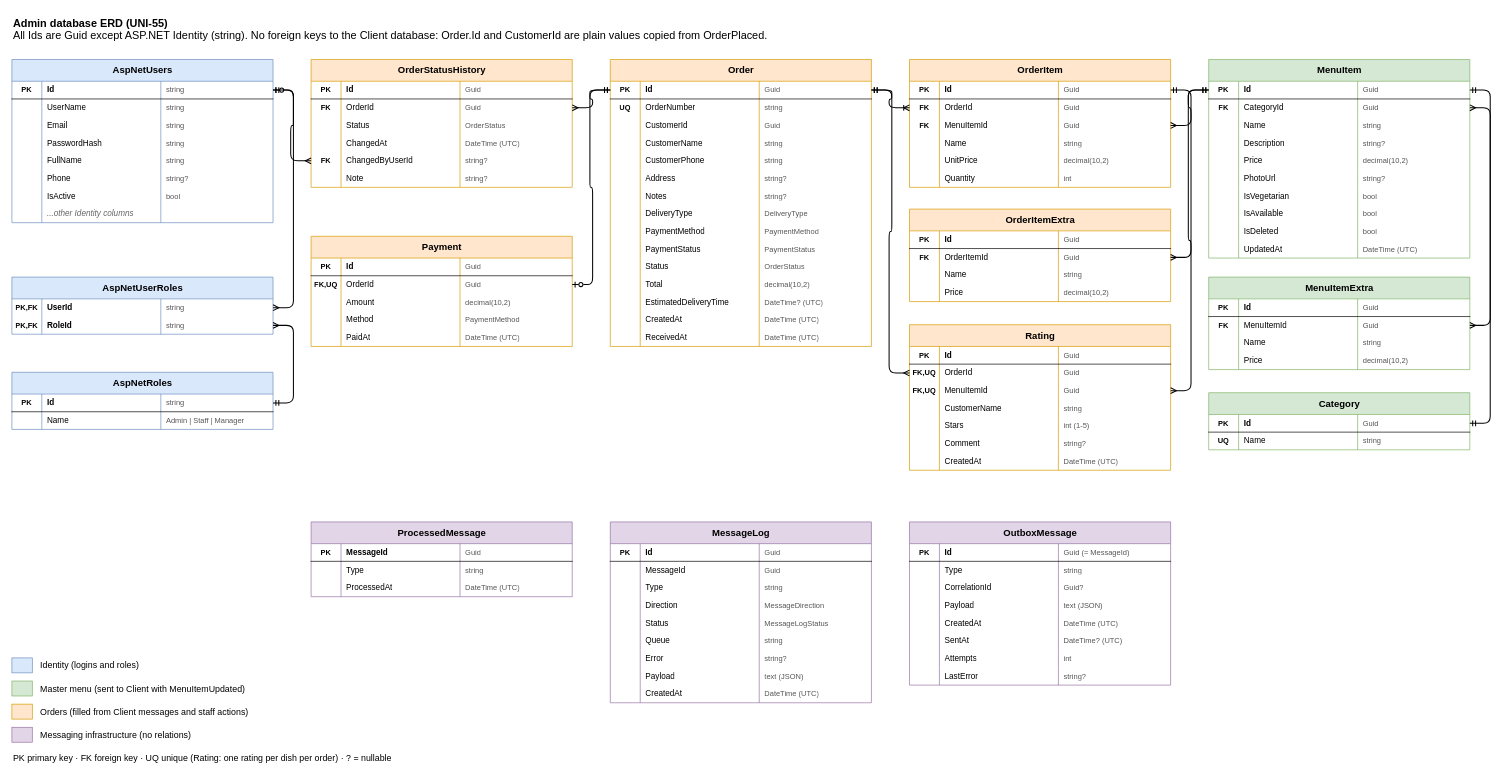
The draw.io diagram docs/erd-admin.drawio in MariaMakary/FoodOrdering, before the edit. Source tidied: cells renumbered, new cells numbered last; positions are measured from the earlier drawing's top-left corner, leaving out a move shared by most shapes. Both pictures are drawn from the tidied source at 68%, with x=0, y=0 at pixel (12, 12).
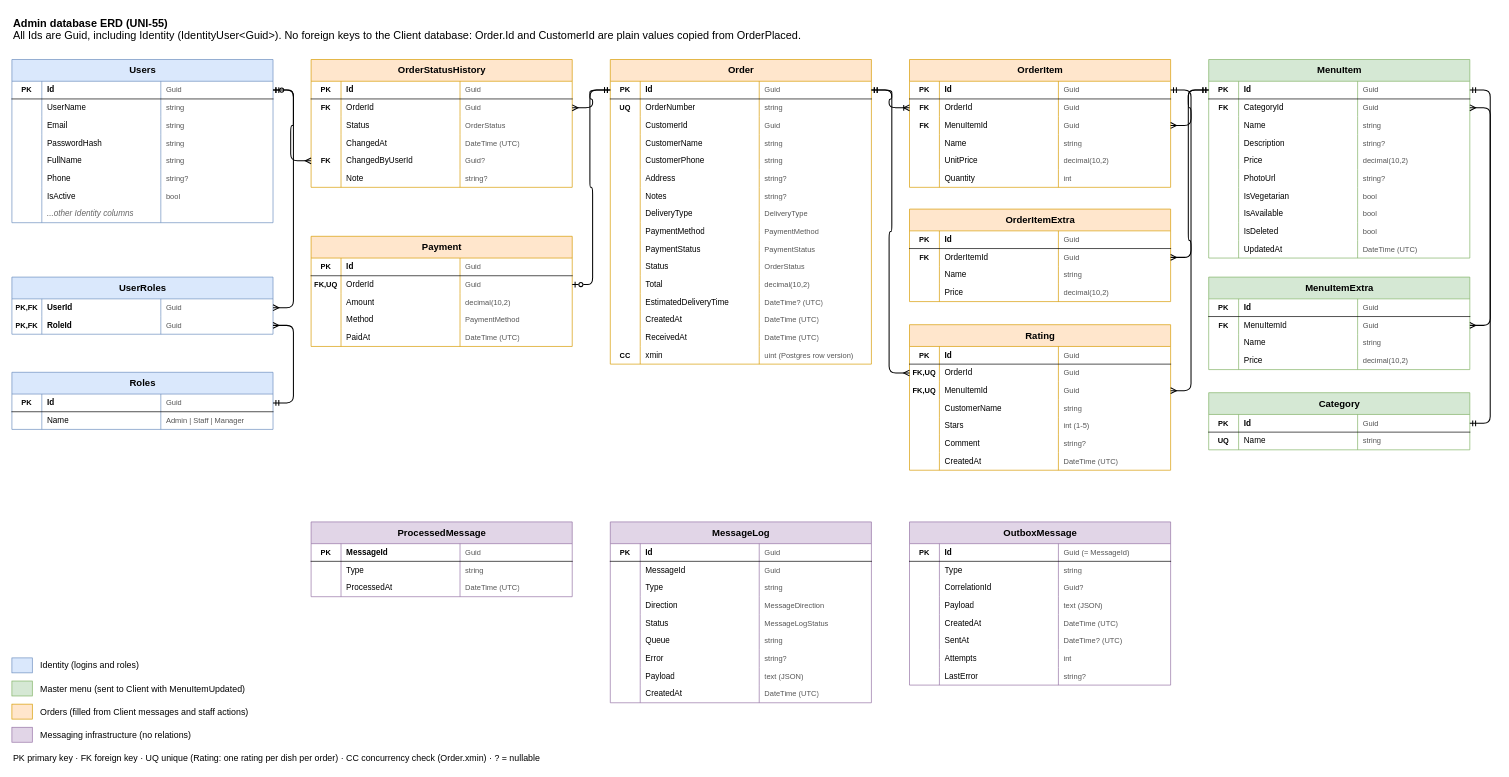
The same page after the edit.

Commit message (it also covers changes not shown here):
UNI-55: Guid Identity ids, renamed Identity tables and xmin concurrency on Order

The change refers to these unchanged cells:
```xml
<mxCell id="4" style="shape=tableRow;horizontal=0;startSize=0;swimlaneHead=0;swimlaneBody=0;fillColor=none;points=[[0,0.5],[1,0.5]];portConstraint=eastwest;top=0;left=0;right=0;bottom=1;html=1;" parent="3" vertex="1">
  <mxGeometry y="32" width="384" height="26" as="geometry" />
</mxCell>
<mxCell id="37" style="shape=tableRow;horizontal=0;startSize=0;swimlaneHead=0;swimlaneBody=0;fillColor=none;points=[[0,0.5],[1,0.5]];portConstraint=eastwest;top=0;left=0;right=0;bottom=0;html=1;" parent="36" vertex="1">
  <mxGeometry y="32" width="384" height="26" as="geometry" />
</mxCell>
<mxCell id="41" style="shape=tableRow;horizontal=0;startSize=0;swimlaneHead=0;swimlaneBody=0;fillColor=none;points=[[0,0.5],[1,0.5]];portConstraint=eastwest;top=0;left=0;right=0;bottom=0;html=1;" parent="36" vertex="1">
  <mxGeometry y="58" width="384" height="26" as="geometry" />
</mxCell>
<mxCell id="46" style="shape=tableRow;horizontal=0;startSize=0;swimlaneHead=0;swimlaneBody=0;fillColor=none;points=[[0,0.5],[1,0.5]];portConstraint=eastwest;top=0;left=0;right=0;bottom=1;html=1;" parent="45" vertex="1">
  <mxGeometry y="32" width="384" height="26" as="geometry" />
</mxCell>
<mxCell id="71" style="shape=tableRow;horizontal=0;startSize=0;swimlaneHead=0;swimlaneBody=0;fillColor=none;points=[[0,0.5],[1,0.5]];portConstraint=eastwest;top=0;left=0;right=0;bottom=0;html=1;" parent="54" vertex="1">
  <mxGeometry y="136" width="384" height="26" as="geometry" />
</mxCell>
```

The edit, as a diff of the source:
```diff
@@
-    <mxCell id="2" value="&lt;b&gt;Admin database ERD (UNI-55)&lt;/b&gt;&lt;br&gt;All Ids are Guid except ASP.NET Identity (string). No foreign keys to the Client database: Order.Id and CustomerId are plain values copied from OrderPlaced." style="text;html=1;align=left;verticalAlign=top;fontSize=16;" parent="1" vertex="1">
+    <mxCell id="2" value="&lt;b&gt;Admin database ERD (UNI-55)&lt;/b&gt;&lt;br&gt;All Ids are Guid, including Identity (IdentityUser&amp;lt;Guid&amp;gt;). No foreign keys to the Client database: Order.Id and CustomerId are plain values copied from OrderPlaced." style="text;html=1;align=left;verticalAlign=top;fontSize=16;" parent="1" vertex="1">
       <mxGeometry width="1500" height="50" as="geometry" />
     </mxCell>
-    <mxCell id="3" value="AspNetUsers" style="shape=table;startSize=32;childLayout=tableLayout;rowLines=0;fontStyle=1;align=center;html=1;fillColor=#dae8fc;strokeColor=#6c8ebf;fontSize=14;" parent="1" vertex="1">
+    <mxCell id="3" value="Users" style="shape=table;startSize=32;childLayout=tableLayout;rowLines=0;fontStyle=1;align=center;html=1;fillColor=#dae8fc;strokeColor=#6c8ebf;fontSize=14;" parent="1" vertex="1">
       <mxGeometry y="70" width="384" height="240" as="geometry" />
     </mxCell>
@@
-    <mxCell id="7" value="string" style="shape=partialRectangle;fillColor=none;top=0;left=0;bottom=0;right=0;overflow=hidden;whiteSpace=wrap;html=1;align=left;spacingLeft=6;fontColor=#555555;fontSize=11;" parent="4" vertex="1">
+    <mxCell id="7" value="Guid" style="shape=partialRectangle;fillColor=none;top=0;left=0;bottom=0;right=0;overflow=hidden;whiteSpace=wrap;html=1;align=left;spacingLeft=6;fontColor=#555555;fontSize=11;" parent="4" vertex="1">
       <mxGeometry x="219" width="165" height="26" as="geometry" />
     </mxCell>
@@
-    <mxCell id="36" value="AspNetUserRoles" style="shape=table;startSize=32;childLayout=tableLayout;rowLines=0;fontStyle=1;align=center;html=1;fillColor=#dae8fc;strokeColor=#6c8ebf;fontSize=14;" parent="1" vertex="1">
+    <mxCell id="36" value="UserRoles" style="shape=table;startSize=32;childLayout=tableLayout;rowLines=0;fontStyle=1;align=center;html=1;fillColor=#dae8fc;strokeColor=#6c8ebf;fontSize=14;" parent="1" vertex="1">
       <mxGeometry y="390" width="384" height="84" as="geometry" />
     </mxCell>
@@
-    <mxCell id="40" value="string" style="shape=partialRectangle;fillColor=none;top=0;left=0;bottom=0;right=0;overflow=hidden;whiteSpace=wrap;html=1;align=left;spacingLeft=6;fontColor=#555555;fontSize=11;" parent="37" vertex="1">
+    <mxCell id="40" value="Guid" style="shape=partialRectangle;fillColor=none;top=0;left=0;bottom=0;right=0;overflow=hidden;whiteSpace=wrap;html=1;align=left;spacingLeft=6;fontColor=#555555;fontSize=11;" parent="37" vertex="1">
       <mxGeometry x="219" width="165" height="26" as="geometry" />
     </mxCell>
@@
-    <mxCell id="44" value="string" style="shape=partialRectangle;fillColor=none;top=0;left=0;bottom=0;right=0;overflow=hidden;whiteSpace=wrap;html=1;align=left;spacingLeft=6;fontColor=#555555;fontSize=11;" parent="41" vertex="1">
+    <mxCell id="44" value="Guid" style="shape=partialRectangle;fillColor=none;top=0;left=0;bottom=0;right=0;overflow=hidden;whiteSpace=wrap;html=1;align=left;spacingLeft=6;fontColor=#555555;fontSize=11;" parent="41" vertex="1">
       <mxGeometry x="219" width="165" height="26" as="geometry" />
     </mxCell>
-    <mxCell id="45" value="AspNetRoles" style="shape=table;startSize=32;childLayout=tableLayout;rowLines=0;fontStyle=1;align=center;html=1;fillColor=#dae8fc;strokeColor=#6c8ebf;fontSize=14;" parent="1" vertex="1">
+    <mxCell id="45" value="Roles" style="shape=table;startSize=32;childLayout=tableLayout;rowLines=0;fontStyle=1;align=center;html=1;fillColor=#dae8fc;strokeColor=#6c8ebf;fontSize=14;" parent="1" vertex="1">
       <mxGeometry y="530" width="384" height="84" as="geometry" />
     </mxCell>
@@
-    <mxCell id="49" value="string" style="shape=partialRectangle;fillColor=none;top=0;left=0;bottom=0;right=0;overflow=hidden;whiteSpace=wrap;html=1;align=left;spacingLeft=6;fontColor=#555555;fontSize=11;" parent="46" vertex="1">
+    <mxCell id="49" value="Guid" style="shape=partialRectangle;fillColor=none;top=0;left=0;bottom=0;right=0;overflow=hidden;whiteSpace=wrap;html=1;align=left;spacingLeft=6;fontColor=#555555;fontSize=11;" parent="46" vertex="1">
       <mxGeometry x="219" width="165" height="26" as="geometry" />
     </mxCell>
@@
-    <mxCell id="74" value="string?" style="shape=partialRectangle;fillColor=none;top=0;left=0;bottom=0;right=0;overflow=hidden;whiteSpace=wrap;html=1;align=left;spacingLeft=6;fontColor=#555555;fontSize=11;" parent="71" vertex="1">
+    <mxCell id="74" value="Guid?" style="shape=partialRectangle;fillColor=none;top=0;left=0;bottom=0;right=0;overflow=hidden;whiteSpace=wrap;html=1;align=left;spacingLeft=6;fontColor=#555555;fontSize=11;" parent="71" vertex="1">
       <mxGeometry x="219" width="165" height="26" as="geometry" />
     </mxCell>
@@
     <mxCell id="100" value="Order" style="shape=table;startSize=32;childLayout=tableLayout;rowLines=0;fontStyle=1;align=center;html=1;fillColor=#ffe6cc;strokeColor=#d79b00;fontSize=14;" parent="1" vertex="1">
-      <mxGeometry x="880" y="70" width="384" height="422" as="geometry" />
+      <mxGeometry x="880" y="70" width="384" height="448" as="geometry" />
     </mxCell>
@@
+    <mxCell id="403" style="shape=tableRow;horizontal=0;startSize=0;swimlaneHead=0;swimlaneBody=0;fillColor=none;top=0;left=0;right=0;bottom=0;html=1;" parent="100" vertex="1">
+      <mxGeometry y="422" width="384" height="26" as="geometry" />
+    </mxCell>
+    <mxCell id="404" value="CC" style="shape=partialRectangle;fillColor=none;top=0;left=0;bottom=0;right=0;overflow=hidden;whiteSpace=wrap;html=1;align=center;fontStyle=1;fontSize=11;" parent="403" vertex="1">
+      <mxGeometry width="44" height="26" as="geometry" />
+    </mxCell>
+    <mxCell id="405" value="xmin" style="shape=partialRectangle;fillColor=none;top=0;left=0;bottom=0;right=0;overflow=hidden;whiteSpace=wrap;html=1;align=left;spacingLeft=6;" parent="403" vertex="1">
+      <mxGeometry x="44" width="175" height="26" as="geometry" />
+    </mxCell>
+    <mxCell id="406" value="uint (Postgres row version)" style="shape=partialRectangle;fillColor=none;top=0;left=0;bottom=0;right=0;overflow=hidden;whiteSpace=wrap;html=1;align=left;spacingLeft=6;fontColor=#555555;fontSize=11;" parent="403" vertex="1">
+      <mxGeometry x="219" width="165" height="26" as="geometry" />
+    </mxCell>
@@
-    <mxCell id="402" value="PK primary key · FK foreign key · UQ unique (Rating: one rating per dish per order) · ? = nullable" style="text;html=1;align=left;verticalAlign=middle;fontSize=13;" parent="1" vertex="1">
-      <mxGeometry y="1086" width="700" height="22" as="geometry" />
+    <mxCell id="402" value="PK primary key · FK foreign key · UQ unique (Rating: one rating per dish per order) · CC concurrency check (Order.xmin) · ? = nullable" style="text;html=1;align=left;verticalAlign=middle;fontSize=13;" parent="1" vertex="1">
+      <mxGeometry y="1086" width="1000" height="22" as="geometry" />
     </mxCell>
```
